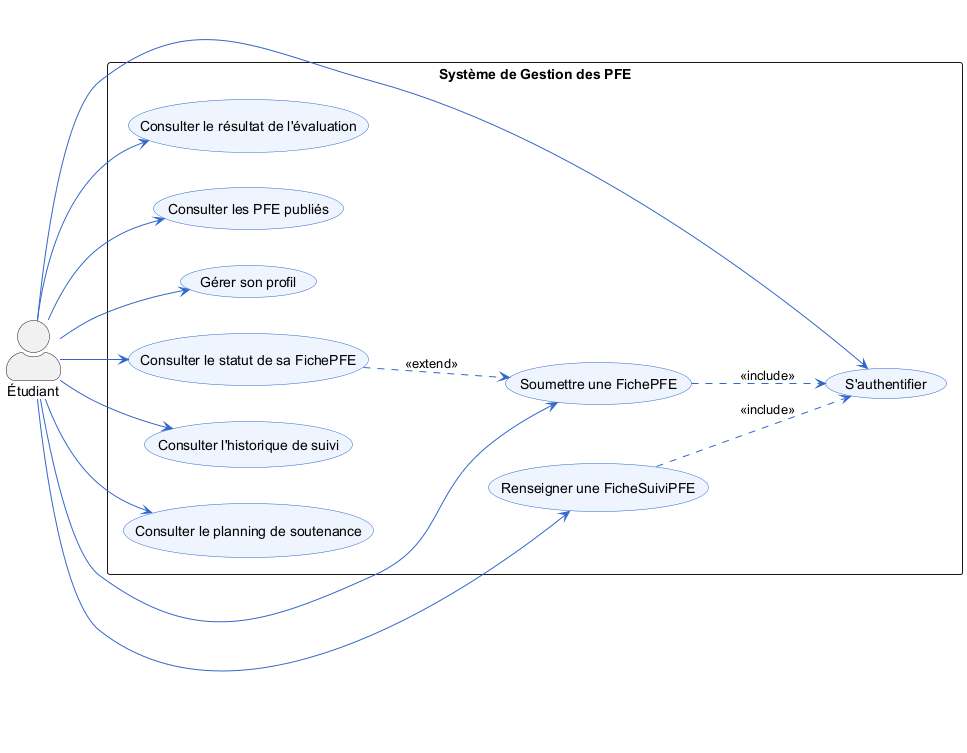
Earlier version of the PlantUML export diagrams/uc-etudiant.png (rhpo/pfe-enhanced). Source of this version:
```plantuml
@startuml
left to right direction
skinparam actorStyle awesome
skinparam packageStyle rectangle
skinparam usecase {
  BackgroundColor #EEF5FF
  BorderColor #3366CC
  ArrowColor #3366CC
}

actor "Étudiant" as E

rectangle "Système de Gestion des PFE" {
  usecase "S'authentifier" as UC1
  usecase "Gérer son profil" as UC2
  usecase "Soumettre une FichePFE" as UC3
  usecase "Consulter le statut de sa FichePFE" as UC4
  usecase "Renseigner une FicheSuiviPFE" as UC5
  usecase "Consulter l'historique de suivi" as UC6
  usecase "Consulter le planning de soutenance" as UC7
  usecase "Consulter le résultat de l'évaluation" as UC8
  usecase "Consulter les PFE publiés" as UC9
}

E --> UC1
E --> UC2
E --> UC3
E --> UC4
E --> UC5
E --> UC6
E --> UC7
E --> UC8
E --> UC9

UC3 ..> UC1 : <<include>>
UC5 ..> UC1 : <<include>>
UC4 ..> UC3 : <<extend>>
@enduml
```
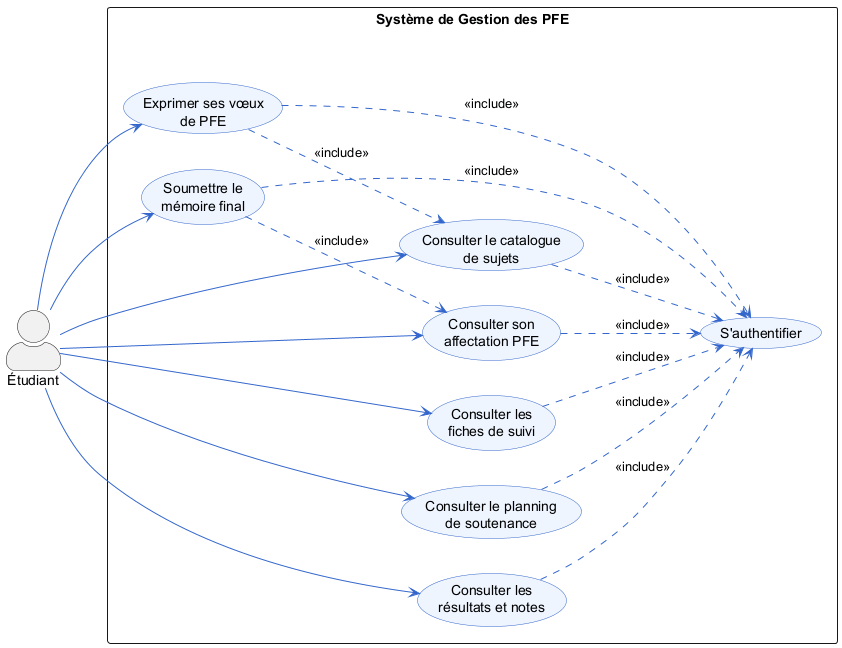
The same diagram one commit later.

The edit, as a diff of the source:
```diff
@@ -11,15 +11,14 @@
 actor "Étudiant" as E
 
 rectangle "Système de Gestion des PFE" {
-  usecase "S'authentifier" as UC1
-  usecase "Gérer son profil" as UC2
-  usecase "Soumettre une FichePFE" as UC3
-  usecase "Consulter le statut de sa FichePFE" as UC4
-  usecase "Renseigner une FicheSuiviPFE" as UC5
-  usecase "Consulter l'historique de suivi" as UC6
-  usecase "Consulter le planning de soutenance" as UC7
-  usecase "Consulter le résultat de l'évaluation" as UC8
-  usecase "Consulter les PFE publiés" as UC9
+  usecase "S'authentifier" as AUTH
+  usecase "Consulter le catalogue\nde sujets" as UC1
+  usecase "Exprimer ses vœux\nde PFE" as UC2
+  usecase "Consulter son\naffectation PFE" as UC3
+  usecase "Consulter les\nfiches de suivi" as UC4
+  usecase "Soumettre le\nmémoire final" as UC5
+  usecase "Consulter le planning\nde soutenance" as UC6
+  usecase "Consulter les\nrésultats et notes" as UC7
 }
 
 E --> UC1
@@ -29,10 +28,15 @@
 E --> UC5
 E --> UC6
 E --> UC7
-E --> UC8
-E --> UC9
 
-UC3 ..> UC1 : <<include>>
-UC5 ..> UC1 : <<include>>
-UC4 ..> UC3 : <<extend>>
+UC1 ..> AUTH : <<include>>
+UC2 ..> AUTH : <<include>>
+UC3 ..> AUTH : <<include>>
+UC4 ..> AUTH : <<include>>
+UC5 ..> AUTH : <<include>>
+UC6 ..> AUTH : <<include>>
+UC7 ..> AUTH : <<include>>
+
+UC2 ..> UC1 : <<include>>
+UC5 ..> UC3 : <<include>>
 @enduml
```
